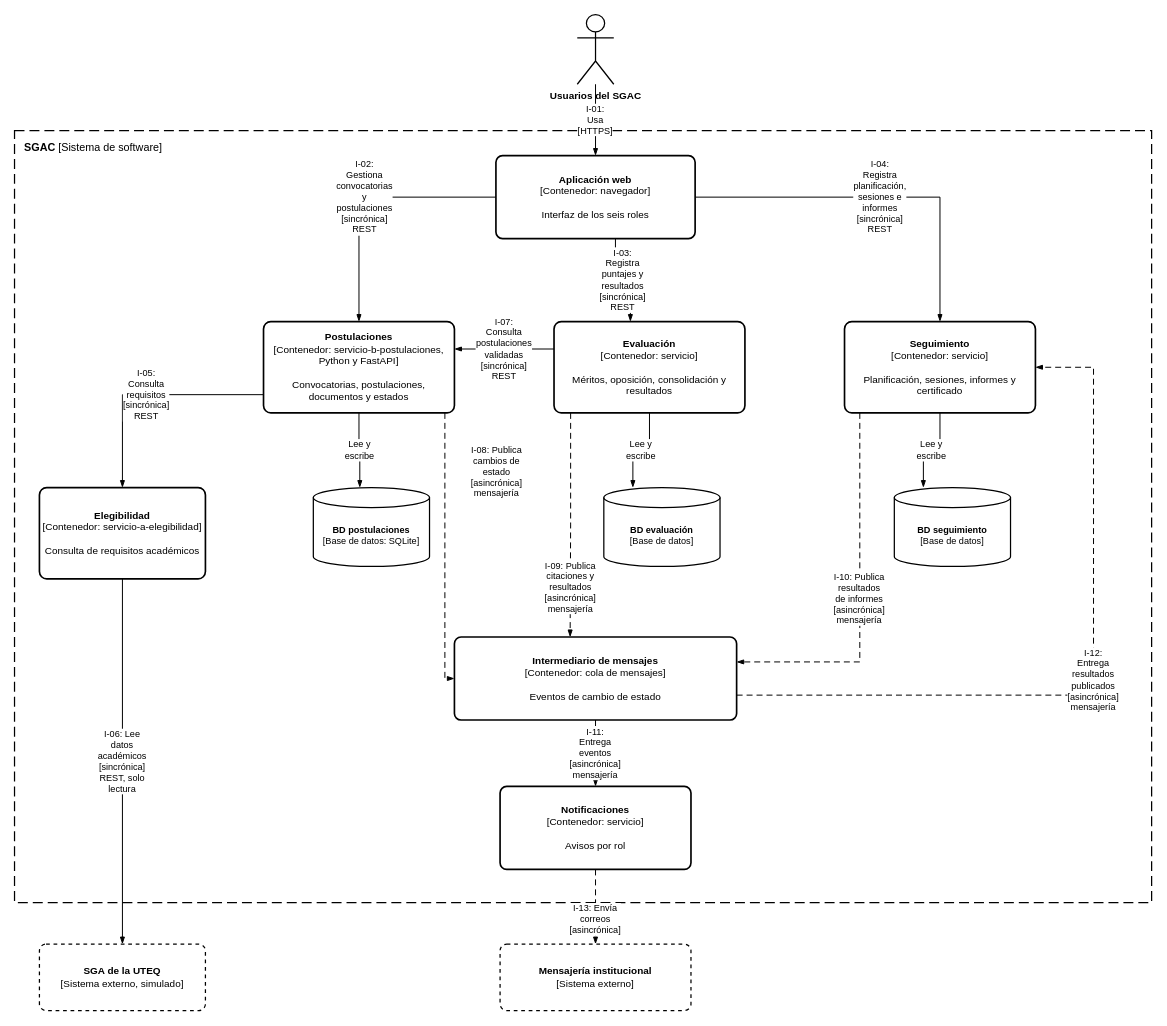
Before: docs/diagramas/c4-nivel2-contenedores.drawio in DarwinDevCode/AD_TA-PFC-E1, a draw.io diagram. Source tidied: cells renumbered, new cells numbered last; positions are measured from the earlier drawing's top-left corner, leaving out a move shared by most shapes. Both pictures are drawn from the tidied source at 83%, with x=0, y=0 at pixel (14, 14).
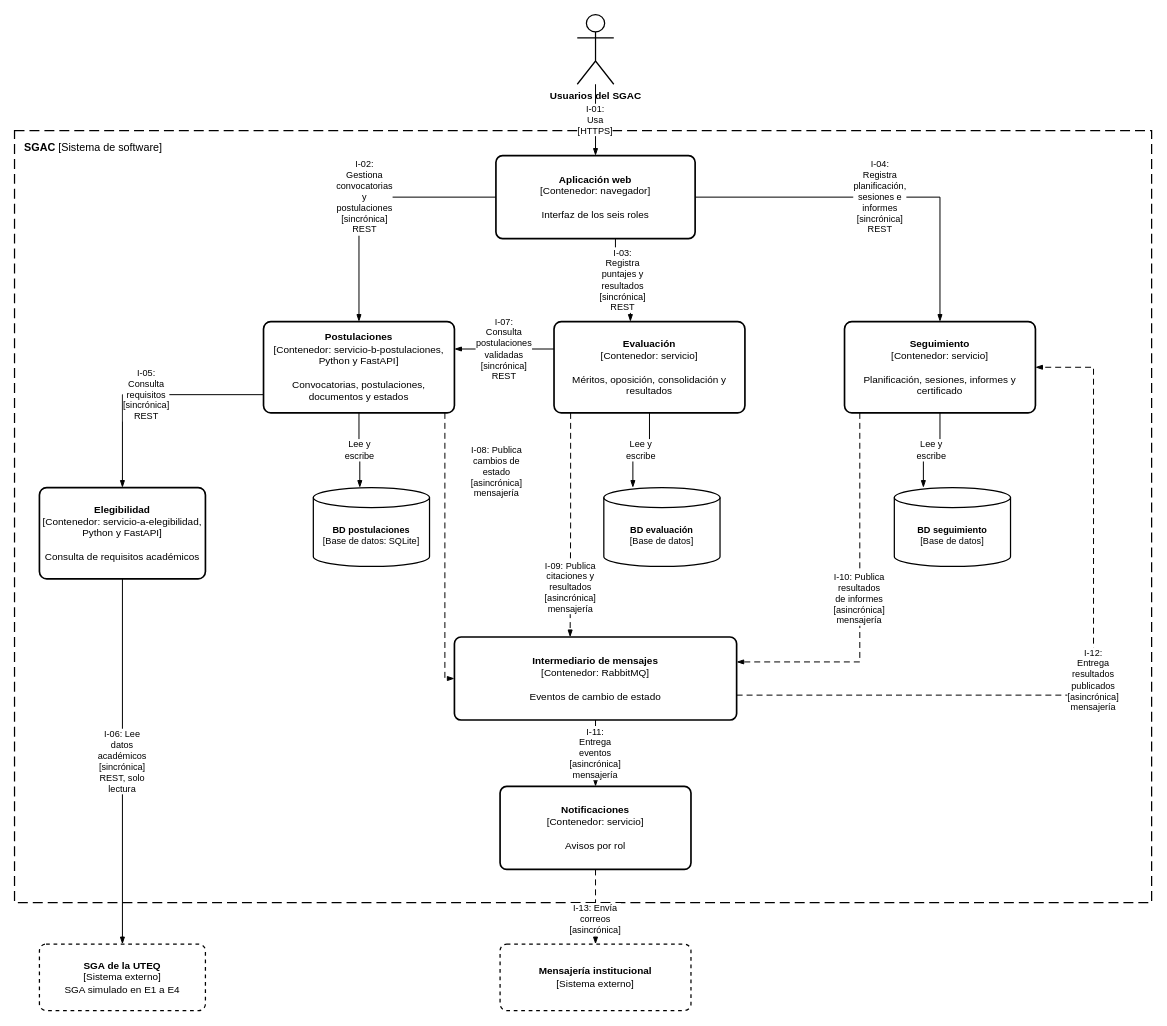
The same diagram, later.

Commit message (it also covers changes not shown here):
docs(arquitectura): refleja las decisiones aceptadas en el c4 y las secciones 08, 09 y 11

What changed in the source:
```diff
@@
-    <mxCell id="8" value="&lt;b&gt;Elegibilidad&lt;/b&gt;&lt;br&gt;[Contenedor: servicio-a-elegibilidad]&lt;br&gt;&lt;br&gt;Consulta de requisitos académicos" style="rounded=1;whiteSpace=wrap;html=1;arcSize=8;fillColor=#FFFFFF;strokeColor=#000000;strokeWidth=2;fontColor=#000000;fontSize=12;" parent="1" vertex="1">
+    <mxCell id="8" value="&lt;b&gt;Elegibilidad&lt;/b&gt;&lt;br&gt;[Contenedor: servicio-a-elegibilidad, Python y FastAPI]&lt;br&gt;&lt;br&gt;Consulta de requisitos académicos" style="rounded=1;whiteSpace=wrap;html=1;arcSize=8;fillColor=#FFFFFF;strokeColor=#000000;strokeWidth=2;fontColor=#000000;fontSize=12;" parent="1" vertex="1">
       <mxGeometry x="30" y="570" width="200" height="110" as="geometry" />
     </mxCell>
@@
-    <mxCell id="12" value="&lt;b&gt;Intermediario de mensajes&lt;/b&gt;&lt;br&gt;[Contenedor: cola de mensajes]&lt;br&gt;&lt;br&gt;Eventos de cambio de estado" style="rounded=1;whiteSpace=wrap;html=1;arcSize=8;fillColor=#FFFFFF;strokeColor=#000000;strokeWidth=2;fontColor=#000000;fontSize=12;" parent="1" vertex="1">
+    <mxCell id="12" value="&lt;b&gt;Intermediario de mensajes&lt;/b&gt;&lt;br&gt;[Contenedor: RabbitMQ]&lt;br&gt;&lt;br&gt;Eventos de cambio de estado" style="rounded=1;whiteSpace=wrap;html=1;arcSize=8;fillColor=#FFFFFF;strokeColor=#000000;strokeWidth=2;fontColor=#000000;fontSize=12;" parent="1" vertex="1">
       <mxGeometry x="530" y="750" width="340" height="100" as="geometry" />
     </mxCell>
@@
-    <mxCell id="14" value="&lt;b&gt;SGA de la UTEQ&lt;/b&gt;&lt;br&gt;[Sistema externo, simulado]" style="rounded=1;whiteSpace=wrap;html=1;arcSize=10;fillColor=#FFFFFF;strokeColor=#000000;strokeWidth=1.5;dashed=1;fontColor=#000000;fontSize=12;" parent="1" vertex="1">
+    <mxCell id="14" value="&lt;b&gt;SGA de la UTEQ&lt;/b&gt;&lt;br&gt;[Sistema externo]&lt;br&gt;SGA simulado en E1 a E4" style="rounded=1;whiteSpace=wrap;html=1;arcSize=10;fillColor=#FFFFFF;strokeColor=#000000;strokeWidth=1.5;dashed=1;fontColor=#000000;fontSize=12;" parent="1" vertex="1">
       <mxGeometry x="30" y="1120" width="200" height="80" as="geometry" />
     </mxCell>
```
